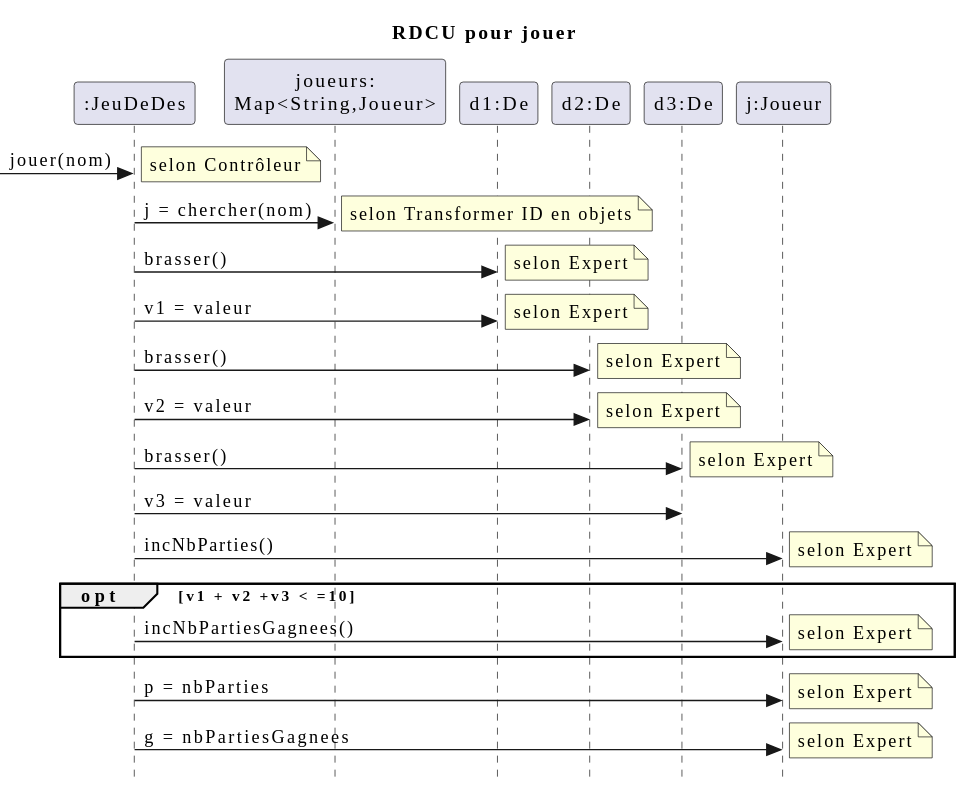
Before: docs/modeles/rdcu-jouer.svg, a diagram exported from PlantUML (SamuelLouvet/log210-laboratoire0). The source it was exported from:
```plantuml
@startuml
skinparam style strictuml
skinparam defaultfontname Verdana
title RDCU pour jouer
participant ":JeuDeDes" as c
participant "joueurs:\nMap<String,Joueur>" as jm
participant "d1:De" as d1
participant "d2:De" as d2
participant "d3:De" as d3
participant "j:Joueur" as j
->c : jouer(nom)
note right : selon Contrôleur
c->jm : j = chercher(nom)
note right : selon Transformer ID en objets
c->d1 : brasser()
note right : selon Expert
c->d1 : v1 = valeur
note right : selon Expert
c->d2 : brasser()
note right : selon Expert
c->d2 : v2 = valeur
note right : selon Expert
c->d3 : brasser()
note right : selon Expert
c->d3 : v3 = valeur
c->j : incNbParties()
note right : selon Expert
opt v1 + v2 +v3 < =10
  c->j : incNbPartiesGagnees()
  note right : selon Expert
end opt
c->j : p = nbParties
note right : selon Expert
c->j : g = nbPartiesGagnees
note right : selon Expert
@enduml
```
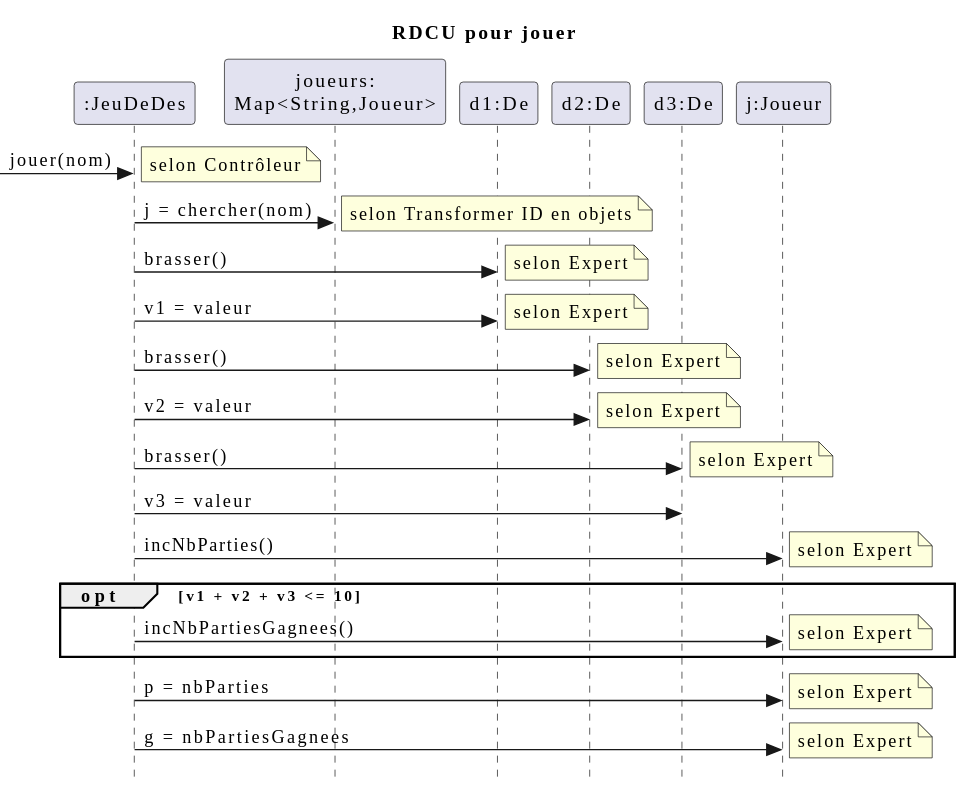
The same diagram one commit later.

What changed in the source:
```diff
@@ -25,7 +25,7 @@
 c->d3 : v3 = valeur
 c->j : incNbParties()
 note right : selon Expert
-opt v1 + v2 +v3 < =10
+opt v1 + v2 + v3 <= 10
   c->j : incNbPartiesGagnees()
   note right : selon Expert
 end opt
```
